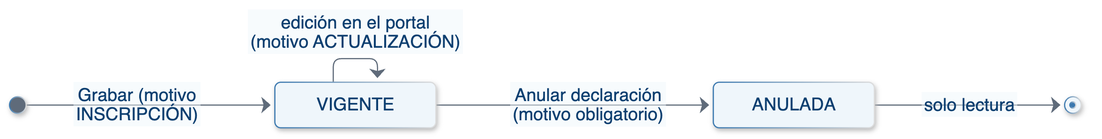
Earlier version of the Mermaid export docs/manuales/recursos/diagramas/generados/ciclo-dj.png (wasichai/srtm-backend). Its source is kept beside it as docs/manuales/recursos/diagramas/ciclo-dj.mmd.
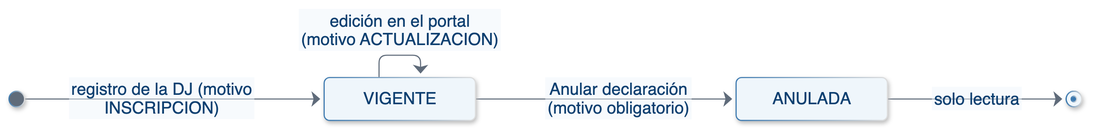
The same diagram one commit later.

Commit message:
docs(manuales): diagramas con chrome-headless-shell y ciclo de la DJ corregido

What changed in the source:
```diff
@@ -1,6 +1,6 @@
 stateDiagram-v2
   direction LR
-  [*] --> VIGENTE: Grabar (motivo INSCRIPCIÓN)
-  VIGENTE --> VIGENTE: edición en el portal<br/>(motivo ACTUALIZACIÓN)
+  [*] --> VIGENTE: registro de la DJ (motivo INSCRIPCION)
+  VIGENTE --> VIGENTE: edición en el portal<br/>(motivo ACTUALIZACION)
   VIGENTE --> ANULADA: Anular declaración<br/>(motivo obligatorio)
   ANULADA --> [*]: solo lectura
```
